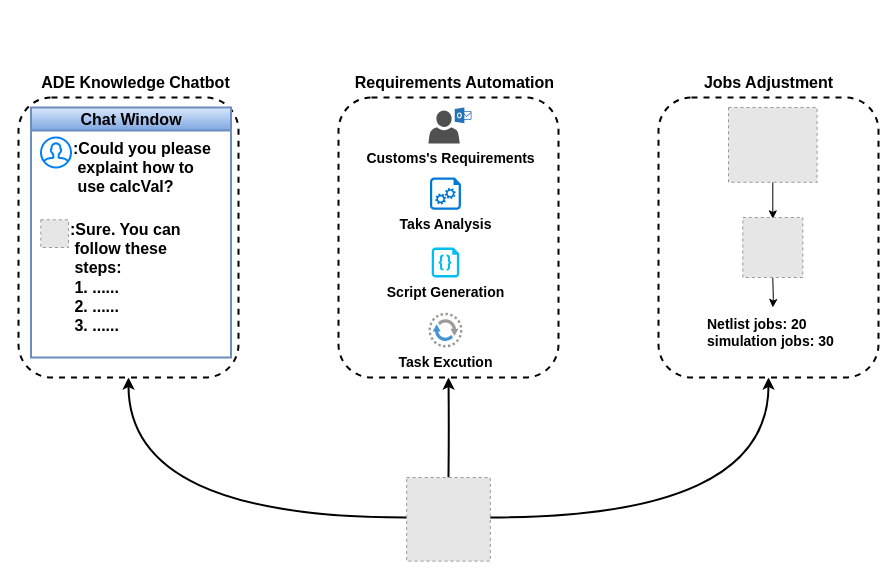
Earlier version of the draw.io diagram ADE_copilot/drawio/ADE_copilot/WhatCanADECopilotCanDo_2.drawio (xpc123/forSync). Source tidied: cells renumbered, new cells numbered last; positions are measured from the earlier drawing's top-left corner, leaving out a move shared by most shapes. Both pictures are drawn from the tidied source at 100%, with x=0, y=0 at pixel (18, 67). Pictures stored in the file or linked from it are replaced by grey dashed boxes.
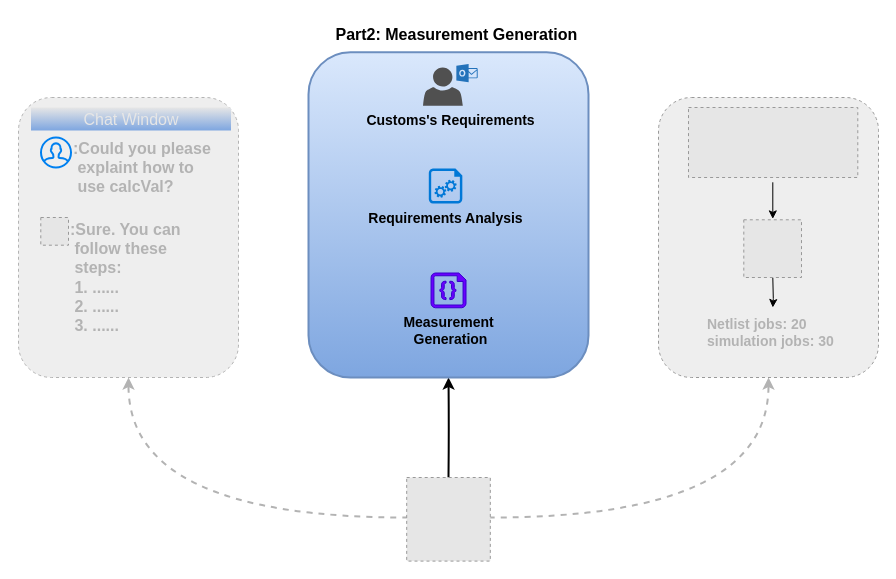
The same diagram, later.

Unchanged cells that the change refers to:
```xml
<mxCell id="12" style="group;" parent="11" vertex="1">
  <mxGeometry x="10" y="30" width="180" height="60" as="geometry" />
</mxCell>
```

What changed in the source:
```diff
@@
-    <mxCell id="2" style="edgeStyle=orthogonalEdgeStyle;rounded=0;jettySize=auto;html=1;curved=1;strokeWidth=2;" parent="1" edge="1" target="5">
-      <mxGeometry relative="1" as="geometry">
-        <mxPoint x="390" y="450" as="sourcePoint" />
-      </mxGeometry>
-    </mxCell>
-    <mxCell id="3" style="edgeStyle=orthogonalEdgeStyle;curved=1;rounded=0;jettySize=auto;html=1;strokeWidth=2;" parent="1" edge="1" target="6">
-      <mxGeometry relative="1" as="geometry">
-        <mxPoint x="430" y="410" as="sourcePoint" />
-      </mxGeometry>
-    </mxCell>
-    <mxCell id="4" style="edgeStyle=orthogonalEdgeStyle;curved=1;rounded=0;jettySize=auto;html=1;entryX=0.5;entryY=1;entryDx=0;entryDy=0;strokeWidth=2;" parent="1" edge="1" target="7">
-      <mxGeometry relative="1" as="geometry">
-        <mxPoint x="470" y="450" as="sourcePoint" />
-      </mxGeometry>
-    </mxCell>
-    <mxCell id="5" style="rounded=1;whiteSpace=wrap;html=1;dashed=1;strokeWidth=2;" parent="1" vertex="1">
-      <mxGeometry y="30" width="220" height="280" as="geometry" />
-    </mxCell>
-    <mxCell id="6" style="rounded=1;whiteSpace=wrap;html=1;dashed=1;strokeWidth=2;" parent="1" vertex="1">
-      <mxGeometry x="320" y="30" width="220" height="280" as="geometry" />
-    </mxCell>
-    <mxCell id="7" style="rounded=1;whiteSpace=wrap;html=1;dashed=1;strokeWidth=2;" parent="1" vertex="1">
-      <mxGeometry x="640" y="30" width="220" height="280" as="geometry" />
-    </mxCell>
-    <mxCell id="8" value="&lt;span style=&quot;font-size: 16px;&quot;&gt;&lt;b&gt;ADE Knowledge Chatbot&lt;/b&gt;&lt;/span&gt;" style="text;html=1;align=center;verticalAlign=middle;whiteSpace=wrap;rounded=0;dashed=1;strokeWidth=2;" parent="1" vertex="1">
-      <mxGeometry x="15" width="205" height="30" as="geometry" />
-    </mxCell>
-    <mxCell id="9" value="&lt;b&gt;Jobs Adjustment&lt;/b&gt;" style="text;html=1;align=center;verticalAlign=middle;strokeColor=none;fillColor=none;fontSize=16;dashed=1;strokeWidth=2;" parent="1" vertex="1">
-      <mxGeometry x="675" width="150" height="30" as="geometry" />
-    </mxCell>
-    <mxCell id="10" value="&lt;pre style=&quot;font-size: 16px; unicode-bidi: isolate; line-height: 36px; border: none; padding: 2px 0.14em 2px 0px; position: relative; margin-top: -2px; margin-bottom: -2px; resize: none; font-family: inherit; overflow: hidden; width: 270px; overflow-wrap: break-word;&quot; dir=&quot;ltr&quot; aria-label=&quot;Translated text&quot; id=&quot;tw-target-text&quot; class=&quot;tw-data-text tw-text-large tw-ta&quot;&gt;&lt;b&gt;Requirements Automation&lt;/b&gt;&lt;/pre&gt;" style="text;html=1;strokeColor=none;fillColor=none;align=center;verticalAlign=middle;whiteSpace=wrap;rounded=0;dashed=1;strokeWidth=2;" parent="1" vertex="1">
-      <mxGeometry x="335" width="205" height="30" as="geometry" />
-    </mxCell>
+    <mxCell id="27" style="edgeStyle=orthogonalEdgeStyle;rounded=0;jettySize=auto;html=1;curved=1;strokeWidth=2;strokeColor=#B3B3B3;dashed=1;" parent="1" edge="1" target="30">
+      <mxGeometry relative="1" as="geometry">
+        <mxPoint x="390" y="450" as="sourcePoint" />
+      </mxGeometry>
+    </mxCell>
+    <mxCell id="28" style="edgeStyle=orthogonalEdgeStyle;curved=1;rounded=0;jettySize=auto;html=1;strokeWidth=2;" parent="1" edge="1" target="37">
+      <mxGeometry relative="1" as="geometry">
+        <mxPoint x="430" y="410" as="sourcePoint" />
+      </mxGeometry>
+    </mxCell>
+    <mxCell id="29" style="edgeStyle=orthogonalEdgeStyle;curved=1;rounded=0;jettySize=auto;html=1;entryX=0.5;entryY=1;entryDx=0;entryDy=0;strokeWidth=2;dashed=1;strokeColor=#B3B3B3;" parent="1" edge="1" target="31">
+      <mxGeometry relative="1" as="geometry">
+        <mxPoint x="470" y="450" as="sourcePoint" />
+      </mxGeometry>
+    </mxCell>
+    <mxCell id="30" style="rounded=1;whiteSpace=wrap;html=1;strokeWidth=1;fillColor=#eeeeee;strokeColor=#B3B3B3;dashed=1;" parent="1" vertex="1">
+      <mxGeometry y="30" width="220" height="280" as="geometry" />
+    </mxCell>
+    <mxCell id="31" style="rounded=1;whiteSpace=wrap;html=1;strokeWidth=1;fillColor=#eeeeee;strokeColor=#999999;dashed=1;" parent="1" vertex="1">
+      <mxGeometry x="640" y="30" width="220" height="280" as="geometry" />
+    </mxCell>
-    <mxCell id="11" value="Chat Window" style="swimlane;whiteSpace=wrap;html=1;strokeWidth=2;fontSize=16;fillColor=#dae8fc;gradientColor=#7ea6e0;strokeColor=#6c8ebf;" parent="1" vertex="1">
+    <mxCell id="11" value="&lt;span style=&quot;font-weight: normal;&quot;&gt;&lt;font color=&quot;#e6e6e6&quot;&gt;Chat Window&lt;/font&gt;&lt;/span&gt;" style="swimlane;whiteSpace=wrap;html=1;strokeWidth=2;fontSize=16;fillColor=#E6E6E6;gradientColor=#7ea6e0;strokeColor=none;" parent="1" vertex="1">
       <mxGeometry x="12.5" y="40" width="200" height="250" as="geometry" />
     </mxCell>
@@
-    <mxCell id="13" value="&lt;b&gt;:Could you please&amp;nbsp; &amp;nbsp;explaint how to&amp;nbsp; &amp;nbsp;use calcVal?&lt;/b&gt;" style="text;html=1;align=left;verticalAlign=middle;whiteSpace=wrap;rounded=0;strokeWidth=2;fontSize=16;" parent="12" vertex="1">
+    <mxCell id="13" value="&lt;b&gt;&lt;font color=&quot;#b3b3b3&quot;&gt;:Could you please&amp;nbsp; &amp;nbsp;explaint how to&amp;nbsp; &amp;nbsp;use calcVal?&lt;/font&gt;&lt;/b&gt;" style="text;html=1;align=left;verticalAlign=middle;whiteSpace=wrap;rounded=0;strokeWidth=2;fontSize=16;" parent="12" vertex="1">
       <mxGeometry x="30" width="150" height="60" as="geometry" />
     </mxCell>
@@
-    <mxCell id="15" value="&lt;b&gt;:Sure. You can&amp;nbsp; &amp;nbsp;follow these&amp;nbsp; &amp;nbsp;steps:&lt;br&gt;&amp;nbsp;1. ......&lt;br&gt;&amp;nbsp;2.&amp;nbsp;&lt;/b&gt;&lt;b&gt;......&lt;/b&gt;&lt;b&gt;&lt;br&gt;&amp;nbsp;3.&amp;nbsp;&lt;/b&gt;&lt;b&gt;......&lt;/b&gt;&lt;b&gt;&lt;br&gt;&lt;/b&gt;" style="text;html=1;align=left;verticalAlign=middle;whiteSpace=wrap;rounded=0;strokeWidth=2;fontSize=16;" parent="1" vertex="1">
+    <mxCell id="15" value="&lt;font color=&quot;#b3b3b3&quot;&gt;&lt;b&gt;:Sure. You can&amp;nbsp; &amp;nbsp;follow these&amp;nbsp; &amp;nbsp;steps:&lt;br&gt;&amp;nbsp;1. ......&lt;br&gt;&amp;nbsp;2.&amp;nbsp;&lt;/b&gt;&lt;b&gt;......&lt;/b&gt;&lt;b&gt;&lt;br&gt;&amp;nbsp;3.&amp;nbsp;&lt;/b&gt;&lt;b&gt;......&lt;/b&gt;&lt;/font&gt;&lt;b&gt;&lt;br&gt;&lt;/b&gt;" style="text;html=1;align=left;verticalAlign=middle;whiteSpace=wrap;rounded=0;strokeWidth=2;fontSize=16;" parent="1" vertex="1">
       <mxGeometry x="50" y="150" width="150" height="120" as="geometry" />
     </mxCell>
-    <mxCell id="16" value="&lt;font style=&quot;font-size: 14px;&quot;&gt;&lt;b&gt;Script Generation&lt;/b&gt;&lt;/font&gt;" style="verticalLabelPosition=bottom;html=1;verticalAlign=top;align=center;strokeColor=none;fillColor=#00BEF2;shape=mxgraph.azure.code_file;" parent="1" vertex="1">
-      <mxGeometry x="413.2" y="180" width="27.5" height="30" as="geometry" />
-    </mxCell>
-    <mxCell id="17" value="&lt;font style=&quot;font-size: 14px;&quot;&gt;&lt;b&gt;Task Excution&lt;/b&gt;&lt;/font&gt;" style="shadow=0;dashed=0;html=1;strokeColor=#b85450;fillColor=#f8cecc;labelPosition=center;verticalLabelPosition=bottom;verticalAlign=top;align=center;shape=mxgraph.veeam.2d.data_mover;gradientColor=#ea6b66;" parent="1" vertex="1">
-      <mxGeometry x="410" y="245.2" width="34" height="34.8" as="geometry" />
-    </mxCell>
+    <mxCell id="19" value="&lt;b style=&quot;font-size: 14px;&quot;&gt;&lt;font color=&quot;#b3b3b3&quot;&gt;Netlist jobs: 20&lt;br&gt;simulation jobs: 30&lt;/font&gt;&lt;/b&gt;" style="text;html=1;strokeColor=none;fillColor=none;align=left;verticalAlign=middle;whiteSpace=wrap;rounded=0;" parent="1" vertex="1">
+      <mxGeometry x="686.8" y="240" width="135" height="50" as="geometry" />
+    </mxCell>
+    <mxCell id="32" style="edgeStyle=orthogonalEdgeStyle;rounded=0;orthogonalLoop=1;jettySize=auto;html=1;fontSize=14;" parent="1" edge="1">
+      <mxGeometry relative="1" as="geometry">
+        <mxPoint x="754.3" y="114.8" as="sourcePoint" />
+        <mxPoint x="754.3" y="151.4" as="targetPoint" />
+      </mxGeometry>
+    </mxCell>
+    <mxCell id="33" style="edgeStyle=orthogonalEdgeStyle;rounded=0;jettySize=auto;html=1;fontSize=14;" parent="1" edge="1" target="19">
+      <mxGeometry relative="1" as="geometry">
+        <mxPoint x="754.3" y="210" as="sourcePoint" />
+      </mxGeometry>
+    </mxCell>
+    <mxCell id="24" style="fillColor=#E6E6E6;strokeColor=#999999;dashed=1;verticalLabelPosition=bottom;labelBackgroundColor=default;verticalAlign=top;" parent="1" vertex="1">
+      <mxGeometry x="388.2" y="410" width="83.6" height="83.6" as="geometry" />
+    </mxCell>
+    <mxCell id="34" style="fillColor=#E6E6E6;strokeColor=#999999;dashed=1;verticalLabelPosition=bottom;labelBackgroundColor=default;verticalAlign=top;" parent="1" vertex="1">
+      <mxGeometry x="670" y="40" width="169.3" height="70" as="geometry" />
+    </mxCell>
+    <mxCell id="35" style="fillColor=#E6E6E6;strokeColor=#999999;dashed=1;verticalLabelPosition=bottom;labelBackgroundColor=default;verticalAlign=top;" parent="1" vertex="1">
+      <mxGeometry x="725.3" y="152.3" width="57.7" height="57.7" as="geometry" />
+    </mxCell>
+    <mxCell id="36" style="group;" parent="1" vertex="1">
+      <mxGeometry x="290" y="-50" width="280" height="360" as="geometry" />
+    </mxCell>
+    <mxCell id="37" style="rounded=1;whiteSpace=wrap;html=1;strokeWidth=2;fillColor=#dae8fc;strokeColor=#6c8ebf;gradientColor=#7ea6e0;" parent="36" vertex="1">
+      <mxGeometry y="34.8" width="280" height="325.2" as="geometry" />
+    </mxCell>
+    <mxCell id="38" value="&lt;pre style=&quot;font-size: 16px; unicode-bidi: isolate; line-height: 36px; border: none; padding: 2px 0.14em 2px 0px; position: relative; margin-top: -2px; margin-bottom: -2px; resize: none; font-family: inherit; overflow: hidden; width: 270px; overflow-wrap: break-word;&quot; dir=&quot;ltr&quot; aria-label=&quot;Translated text&quot; id=&quot;tw-target-text&quot; class=&quot;tw-data-text tw-text-large tw-ta&quot;&gt;&lt;b&gt;Part2: Measurement Generation&lt;/b&gt;&lt;/pre&gt;" style="text;html=1;strokeColor=none;fillColor=none;align=center;verticalAlign=middle;whiteSpace=wrap;rounded=0;dashed=1;strokeWidth=2;" parent="36" vertex="1">
+      <mxGeometry x="19.1" width="260.9" height="34.8" as="geometry" />
+    </mxCell>
+    <mxCell id="39" value="&lt;b style=&quot;font-size: 14px;&quot;&gt;&lt;font color=&quot;#000000&quot;&gt;Measurement&lt;br&gt;&amp;nbsp;Generation&lt;/font&gt;&lt;/b&gt;" style="verticalLabelPosition=bottom;html=1;verticalAlign=top;align=center;strokeColor=#3700CC;fillColor=#6a00ff;shape=mxgraph.azure.code_file;strokeWidth=1;fontColor=#ffffff;" parent="36" vertex="1">
+      <mxGeometry x="122.5" y="255.5" width="35" height="34.8" as="geometry" />
+    </mxCell>
-    <mxCell id="18" value="&lt;b&gt;Customs's Requirements&lt;/b&gt;" style="sketch=0;shadow=0;dashed=0;html=1;strokeColor=none;fillColor=#505050;labelPosition=center;verticalLabelPosition=bottom;verticalAlign=top;align=center;shape=mxgraph.office.users.outlook_user;fontSize=14;" parent="1" vertex="1">
-      <mxGeometry x="410" y="40" width="43" height="36" as="geometry" />
+    <mxCell id="18" value="&lt;b&gt;Customs's Requirements&lt;/b&gt;" style="sketch=0;shadow=0;dashed=0;html=1;strokeColor=none;fillColor=#505050;labelPosition=center;verticalLabelPosition=bottom;verticalAlign=top;align=center;shape=mxgraph.office.users.outlook_user;fontSize=14;" parent="36" vertex="1">
+      <mxGeometry x="114.5" y="46.5" width="54.7" height="41.8" as="geometry" />
     </mxCell>
-    <mxCell id="19" value="&lt;b style=&quot;font-size: 14px;&quot;&gt;Netlist jobs: 20&lt;br&gt;simulation jobs: 30&lt;/b&gt;" style="text;html=1;strokeColor=none;fillColor=none;align=left;verticalAlign=middle;whiteSpace=wrap;rounded=0;" parent="1" vertex="1">
-      <mxGeometry x="686.8" y="240" width="135" height="50" as="geometry" />
-    </mxCell>
-    <mxCell id="20" value="&lt;b&gt;Taks Analysis&lt;/b&gt;" style="sketch=0;shadow=0;dashed=0;html=1;strokeColor=none;labelPosition=center;verticalLabelPosition=bottom;verticalAlign=top;align=center;shape=mxgraph.azure.startup_task;fillColor=#0078D7;fontSize=14;" parent="1" vertex="1">
-      <mxGeometry x="411.5" y="110" width="31" height="32.3" as="geometry" />
-    </mxCell>
-    <mxCell id="21" style="edgeStyle=orthogonalEdgeStyle;rounded=0;jettySize=auto;html=1;fontSize=14;" parent="1" edge="1" source="22">
-      <mxGeometry relative="1" as="geometry">
-        <mxPoint x="754.3" y="151.4" as="targetPoint" />
-      </mxGeometry>
-    </mxCell>
-    <mxCell id="22" style="fillColor=#E6E6E6;strokeColor=#999999;dashed=1;verticalLabelPosition=bottom;labelBackgroundColor=default;verticalAlign=top;fontStyle=1;fontSize=14;" parent="1" vertex="1">
-      <mxGeometry x="710" y="40" width="88.6" height="74.8" as="geometry" />
-    </mxCell>
-    <mxCell id="23" style="edgeStyle=orthogonalEdgeStyle;rounded=0;jettySize=auto;html=1;fontSize=14;" parent="1" edge="1" target="19">
-      <mxGeometry relative="1" as="geometry">
-        <mxPoint x="754.3" y="210" as="sourcePoint" />
-      </mxGeometry>
-    </mxCell>
-    <mxCell id="24" style="fillColor=#E6E6E6;strokeColor=#999999;dashed=1;verticalLabelPosition=bottom;labelBackgroundColor=default;verticalAlign=top;" parent="1" vertex="1">
-      <mxGeometry x="388.2" y="410" width="83.6" height="83.6" as="geometry" />
-    </mxCell>
-    <mxCell id="25" style="fillColor=#E6E6E6;strokeColor=#999999;dashed=1;verticalLabelPosition=bottom;labelBackgroundColor=default;verticalAlign=top;" parent="1" vertex="1">
-      <mxGeometry x="724.3" y="150" width="60" height="60" as="geometry" />
-    </mxCell>
-    <mxCell id="26" style="fillColor=#E6E6E6;strokeColor=#999999;dashed=1;verticalLabelPosition=bottom;labelBackgroundColor=default;verticalAlign=top;" parent="1" vertex="1">
-      <mxGeometry x="22.3" y="152.3" width="27.7" height="27.7" as="geometry" />
-    </mxCell>
+    <mxCell id="40" value="&lt;b&gt;Requirements Analysis&lt;/b&gt;" style="sketch=0;shadow=0;dashed=0;html=1;strokeColor=none;labelPosition=center;verticalLabelPosition=bottom;verticalAlign=top;align=center;shape=mxgraph.azure.startup_task;fillColor=#0078D7;fontSize=14;" parent="36" vertex="1">
+      <mxGeometry x="120.3" y="151" width="33.6" height="35" as="geometry" />
+    </mxCell>
+    <mxCell id="41" style="fillColor=#E6E6E6;strokeColor=#999999;dashed=1;verticalLabelPosition=bottom;labelBackgroundColor=default;verticalAlign=top;" parent="1" vertex="1">
+      <mxGeometry x="22.3" y="150" width="27.7" height="27.7" as="geometry" />
+    </mxCell>
```
